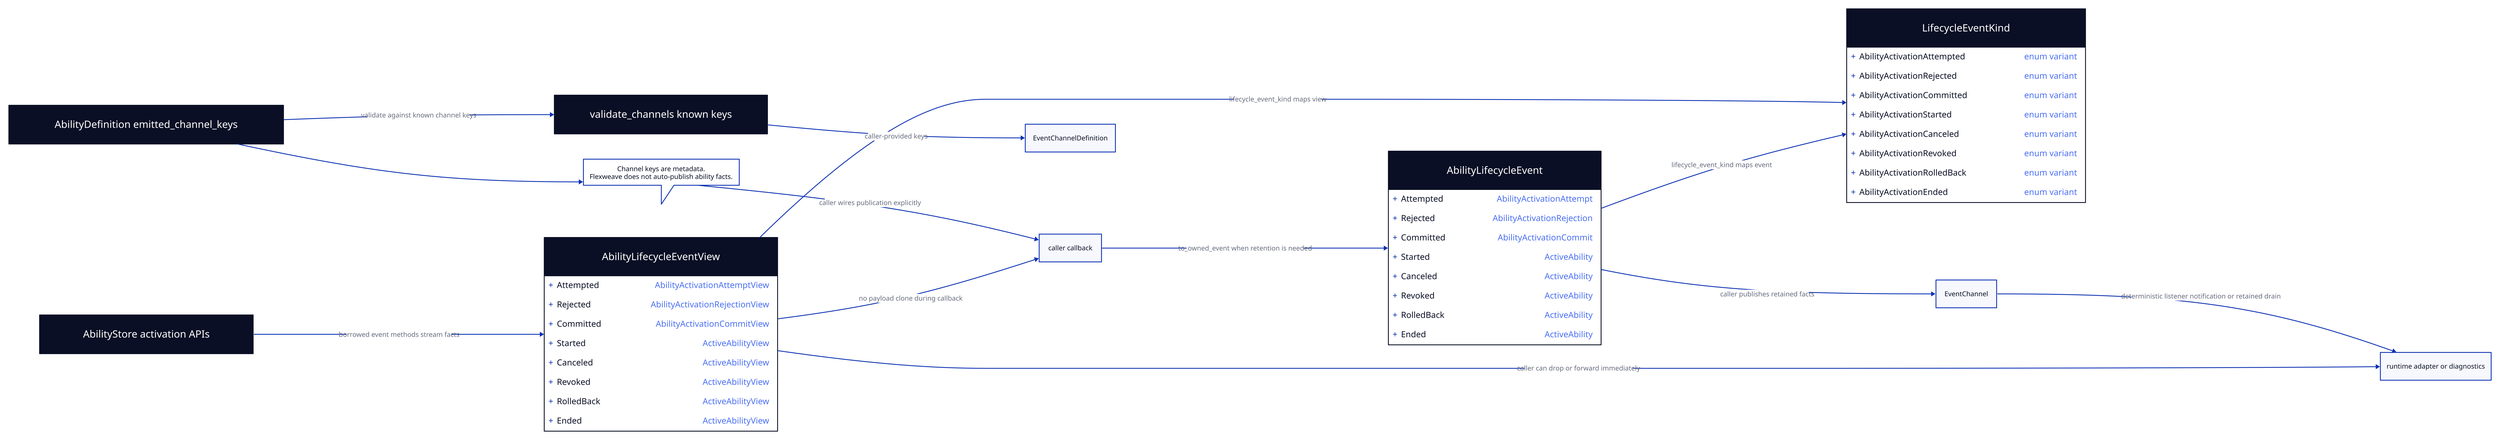
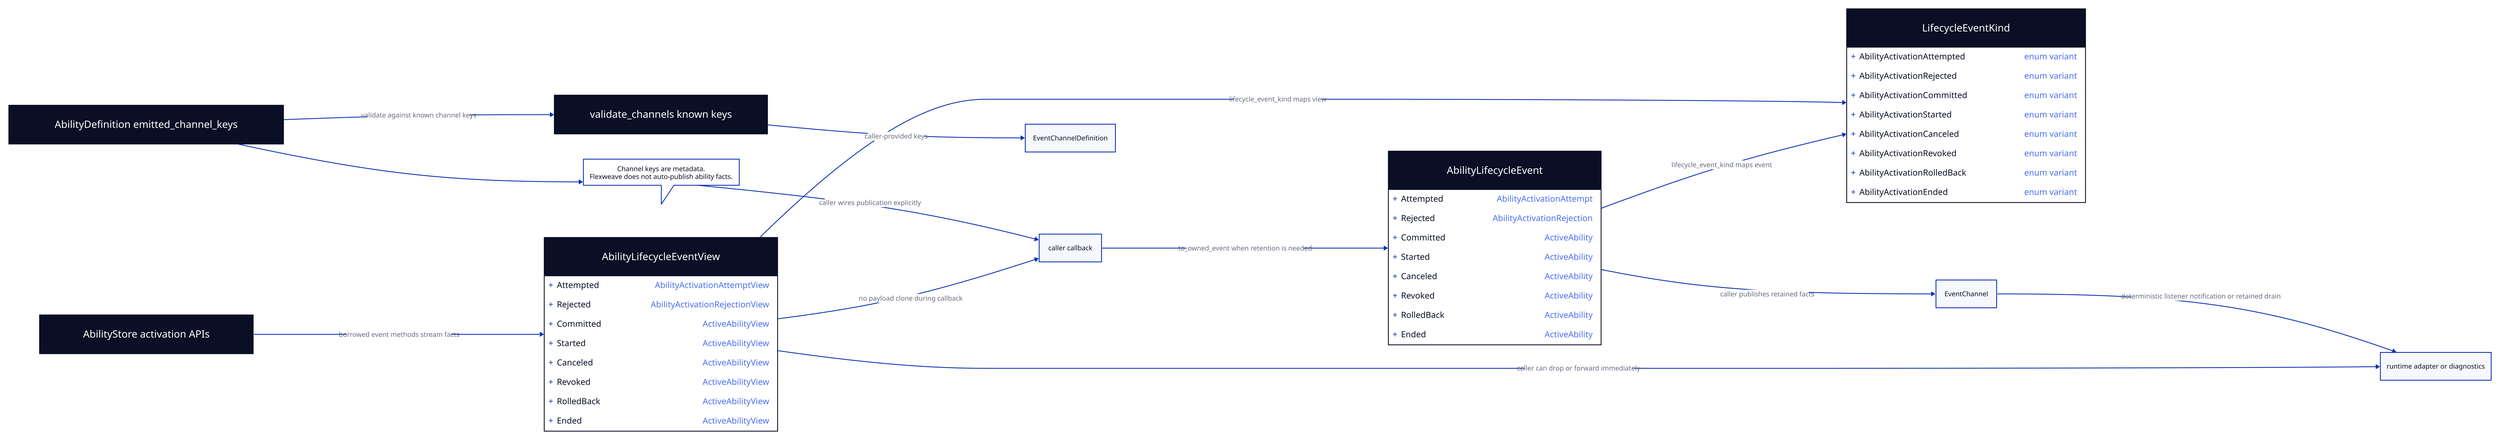
# Ability lifecycle fact publication model.

vars: {
  d2-config: {
    layout-engine: elk
    pad: 20
    theme-id: 200
  }
}

direction: right

classes: {
  primitive: {
    shape: class
  }
  data: {
    shape: class
  }
  caller
  metadata: {
    shape: class
  }
  gap: {
    shape: callout
  }
}

store: AbilityStore activation APIs
store.class: primitive

borrowed: AbilityLifecycleEventView {
  Attempted: AbilityActivationAttemptView
  Rejected: AbilityActivationRejectionView
-   Committed: AbilityActivationCommitView
+   Committed: ActiveAbilityView
  Started: ActiveAbilityView
  Canceled: ActiveAbilityView
  Revoked: ActiveAbilityView
  RolledBack: ActiveAbilityView
  Ended: ActiveAbilityView
}
borrowed.class: primitive

owned: AbilityLifecycleEvent {
  Attempted: AbilityActivationAttempt
  Rejected: AbilityActivationRejection
-   Committed: AbilityActivationCommit
+   Committed: ActiveAbility
  Started: ActiveAbility
  Canceled: ActiveAbility
  Revoked: ActiveAbility
  RolledBack: ActiveAbility
  Ended: ActiveAbility
}
owned.class: data

kind: LifecycleEventKind {
  AbilityActivationAttempted: enum variant
  AbilityActivationRejected: enum variant
  AbilityActivationCommitted: enum variant
  AbilityActivationStarted: enum variant
  AbilityActivationCanceled: enum variant
  AbilityActivationRevoked: enum variant
  AbilityActivationRolledBack: enum variant
  AbilityActivationEnded: enum variant
}
kind.class: metadata

callback: caller callback
callback.class: caller

channel_definition: EventChannelDefinition
channel_definition.class: caller

event_channel: EventChannel
event_channel.class: caller

adapter: runtime adapter or diagnostics
adapter.class: caller

definition_metadata: AbilityDefinition emitted_channel_keys
definition_metadata.class: metadata

validation: validate_channels known keys
validation.class: metadata

no_auto_route: Channel keys are metadata.\nFlexweave does not auto-publish ability facts.
no_auto_route.class: gap

store -> borrowed: borrowed event methods stream facts
borrowed -> callback: no payload clone during callback
callback -> owned: to_owned_event when retention is needed
owned -> event_channel: caller publishes retained facts
borrowed -> adapter: caller can drop or forward immediately
owned -> kind: lifecycle_event_kind maps event
borrowed -> kind: lifecycle_event_kind maps view

definition_metadata -> validation: validate against known channel keys
validation -> channel_definition: caller-provided keys
definition_metadata -> no_auto_route
no_auto_route -> callback: caller wires publication explicitly

event_channel -> adapter: deterministic listener notification or retained drain
